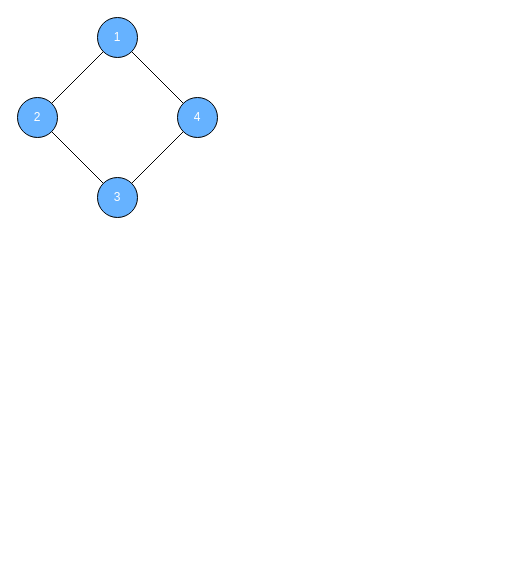
This is Graph/xml/graph.drawio from mstao/data-structures, a draw.io file, before an edit. Source tidied: cells renumbered, new cells numbered last; positions are measured from the earlier drawing's top-left corner, leaving out a move shared by most shapes. Both pictures are drawn from the tidied source at 100%, with x=0, y=0 at pixel (17, 17).
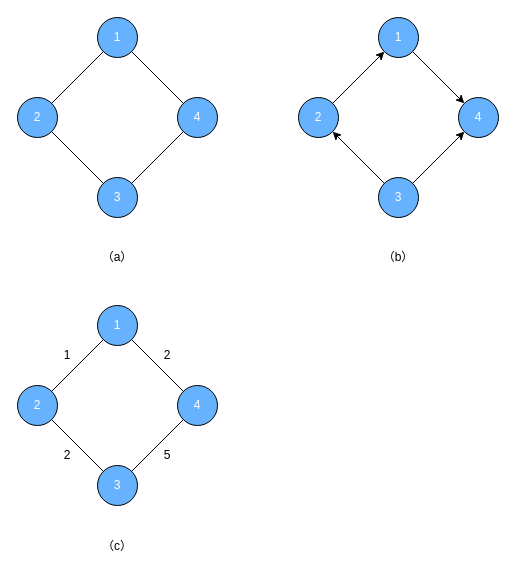
The same diagram, later.

Change to the diagram source:
```diff
@@
+    <mxCell id="14" style="ellipse;whiteSpace=wrap;html=1;fillColor=#66B2FF;" parent="1" vertex="1">
+      <mxGeometry x="361" width="40" height="40" as="geometry" />
+    </mxCell>
+    <mxCell id="15" style="ellipse;whiteSpace=wrap;html=1;fillColor=#66B2FF;" parent="1" vertex="1">
+      <mxGeometry x="281" y="80" width="40" height="40" as="geometry" />
+    </mxCell>
+    <mxCell id="16" style="ellipse;whiteSpace=wrap;html=1;fillColor=#66B2FF;" parent="1" vertex="1">
+      <mxGeometry x="441" y="80" width="40" height="40" as="geometry" />
+    </mxCell>
+    <mxCell id="17" style="ellipse;whiteSpace=wrap;html=1;fillColor=#66B2FF;" parent="1" vertex="1">
+      <mxGeometry x="361" y="160" width="40" height="40" as="geometry" />
+    </mxCell>
+    <mxCell id="18" value="2" style="text;html=1;strokeColor=none;fillColor=none;align=center;verticalAlign=middle;whiteSpace=wrap;rounded=0;fontColor=#FFFFFF;" parent="1" vertex="1">
+      <mxGeometry x="281" y="90" width="40" height="20" as="geometry" />
+    </mxCell>
+    <mxCell id="19" value="1" style="text;html=1;strokeColor=none;fillColor=none;align=center;verticalAlign=middle;whiteSpace=wrap;rounded=0;fontColor=#FFFFFF;" parent="1" vertex="1">
+      <mxGeometry x="361" y="10" width="40" height="20" as="geometry" />
+    </mxCell>
+    <mxCell id="20" value="3" style="text;html=1;strokeColor=none;fillColor=none;align=center;verticalAlign=middle;whiteSpace=wrap;rounded=0;fontColor=#FFFFFF;" parent="1" vertex="1">
+      <mxGeometry x="361" y="170" width="40" height="20" as="geometry" />
+    </mxCell>
+    <mxCell id="21" value="4" style="text;html=1;strokeColor=none;fillColor=none;align=center;verticalAlign=middle;whiteSpace=wrap;rounded=0;fontColor=#FFFFFF;" parent="1" vertex="1">
+      <mxGeometry x="441" y="90" width="40" height="20" as="geometry" />
+    </mxCell>
+    <mxCell id="22" style="endArrow=classic;html=1;fontColor=#FFFFFF;exitX=1;exitY=0;exitDx=0;exitDy=0;entryX=0;entryY=1;entryDx=0;entryDy=0;" parent="1" edge="1" source="15" target="14">
+      <mxGeometry relative="1" as="geometry" />
+    </mxCell>
+    <mxCell id="23" style="endArrow=classic;html=1;fontColor=#FFFFFF;entryX=0;entryY=0;entryDx=0;entryDy=0;exitX=1;exitY=1;exitDx=0;exitDy=0;" parent="1" edge="1" source="14" target="16">
+      <mxGeometry relative="1" as="geometry" />
+    </mxCell>
+    <mxCell id="24" style="endArrow=classic;html=1;fontColor=#FFFFFF;entryX=0;entryY=1;entryDx=0;entryDy=0;exitX=1;exitY=0;exitDx=0;exitDy=0;" parent="1" edge="1" source="17" target="16">
+      <mxGeometry relative="1" as="geometry" />
+    </mxCell>
+    <mxCell id="25" style="endArrow=classic;html=1;fontColor=#FFFFFF;exitX=0;exitY=0;exitDx=0;exitDy=0;entryX=1;entryY=1;entryDx=0;entryDy=0;" parent="1" edge="1" source="17" target="15">
+      <mxGeometry relative="1" as="geometry" />
+    </mxCell>
+    <mxCell id="26" style="ellipse;whiteSpace=wrap;html=1;fillColor=#66B2FF;" parent="1" vertex="1">
+      <mxGeometry x="80" y="288" width="40" height="40" as="geometry" />
+    </mxCell>
+    <mxCell id="27" style="ellipse;whiteSpace=wrap;html=1;fillColor=#66B2FF;" parent="1" vertex="1">
+      <mxGeometry y="368" width="40" height="40" as="geometry" />
+    </mxCell>
+    <mxCell id="28" style="ellipse;whiteSpace=wrap;html=1;fillColor=#66B2FF;" parent="1" vertex="1">
+      <mxGeometry x="160" y="368" width="40" height="40" as="geometry" />
+    </mxCell>
+    <mxCell id="29" style="ellipse;whiteSpace=wrap;html=1;fillColor=#66B2FF;" parent="1" vertex="1">
+      <mxGeometry x="80" y="448" width="40" height="40" as="geometry" />
+    </mxCell>
+    <mxCell id="30" style="endArrow=none;html=1;exitX=0;exitY=1;exitDx=0;exitDy=0;entryX=1;entryY=0;entryDx=0;entryDy=0;" parent="1" edge="1" source="26" target="27">
+      <mxGeometry relative="1" as="geometry" />
+    </mxCell>
+    <mxCell id="31" style="endArrow=none;html=1;exitX=1;exitY=1;exitDx=0;exitDy=0;entryX=0;entryY=0;entryDx=0;entryDy=0;" parent="1" edge="1" source="27" target="29">
+      <mxGeometry relative="1" as="geometry" />
+    </mxCell>
+    <mxCell id="32" style="endArrow=none;html=1;exitX=0;exitY=1;exitDx=0;exitDy=0;entryX=1;entryY=0;entryDx=0;entryDy=0;" parent="1" edge="1" source="28" target="29">
+      <mxGeometry relative="1" as="geometry" />
+    </mxCell>
+    <mxCell id="33" style="endArrow=none;html=1;exitX=1;exitY=1;exitDx=0;exitDy=0;entryX=0;entryY=0;entryDx=0;entryDy=0;" parent="1" edge="1" source="26" target="28">
+      <mxGeometry relative="1" as="geometry" />
+    </mxCell>
+    <mxCell id="34" value="2" style="text;html=1;strokeColor=none;fillColor=none;align=center;verticalAlign=middle;whiteSpace=wrap;rounded=0;fontColor=#FFFFFF;" parent="1" vertex="1">
+      <mxGeometry y="378" width="40" height="20" as="geometry" />
+    </mxCell>
+    <mxCell id="35" value="1" style="text;html=1;strokeColor=none;fillColor=none;align=center;verticalAlign=middle;whiteSpace=wrap;rounded=0;fontColor=#FFFFFF;" parent="1" vertex="1">
+      <mxGeometry x="80" y="298" width="40" height="20" as="geometry" />
+    </mxCell>
+    <mxCell id="36" value="3" style="text;html=1;strokeColor=none;fillColor=none;align=center;verticalAlign=middle;whiteSpace=wrap;rounded=0;fontColor=#FFFFFF;" parent="1" vertex="1">
+      <mxGeometry x="80" y="458" width="40" height="20" as="geometry" />
+    </mxCell>
+    <mxCell id="37" value="4" style="text;html=1;strokeColor=none;fillColor=none;align=center;verticalAlign=middle;whiteSpace=wrap;rounded=0;fontColor=#FFFFFF;" parent="1" vertex="1">
+      <mxGeometry x="160" y="378" width="40" height="20" as="geometry" />
+    </mxCell>
+    <mxCell id="38" value="1" style="text;html=1;strokeColor=none;fillColor=none;align=center;verticalAlign=middle;whiteSpace=wrap;rounded=0;fontColor=#000000;" parent="1" vertex="1">
+      <mxGeometry x="30" y="328" width="40" height="20" as="geometry" />
+    </mxCell>
+    <mxCell id="39" value="2" style="text;html=1;strokeColor=none;fillColor=none;align=center;verticalAlign=middle;whiteSpace=wrap;rounded=0;fontColor=#000000;" parent="1" vertex="1">
+      <mxGeometry x="130" y="328" width="40" height="20" as="geometry" />
+    </mxCell>
+    <mxCell id="40" value="2" style="text;html=1;strokeColor=none;fillColor=none;align=center;verticalAlign=middle;whiteSpace=wrap;rounded=0;fontColor=#000000;" parent="1" vertex="1">
+      <mxGeometry x="30" y="428" width="40" height="20" as="geometry" />
+    </mxCell>
+    <mxCell id="41" value="5" style="text;html=1;strokeColor=none;fillColor=none;align=center;verticalAlign=middle;whiteSpace=wrap;rounded=0;fontColor=#000000;" parent="1" vertex="1">
+      <mxGeometry x="130" y="428" width="40" height="20" as="geometry" />
+    </mxCell>
+    <mxCell id="42" value="（c）" style="text;html=1;strokeColor=none;fillColor=none;align=center;verticalAlign=middle;whiteSpace=wrap;rounded=0;fontColor=#000000;" parent="1" vertex="1">
+      <mxGeometry x="80" y="519" width="40" height="20" as="geometry" />
+    </mxCell>
+    <mxCell id="43" value="（a）" style="text;html=1;strokeColor=none;fillColor=none;align=center;verticalAlign=middle;whiteSpace=wrap;rounded=0;fontColor=#000000;" parent="1" vertex="1">
+      <mxGeometry x="80" y="230" width="40" height="20" as="geometry" />
+    </mxCell>
+    <mxCell id="44" value="（b）" style="text;html=1;strokeColor=none;fillColor=none;align=center;verticalAlign=middle;whiteSpace=wrap;rounded=0;fontColor=#000000;" parent="1" vertex="1">
+      <mxGeometry x="361" y="230" width="40" height="20" as="geometry" />
+    </mxCell>
```
